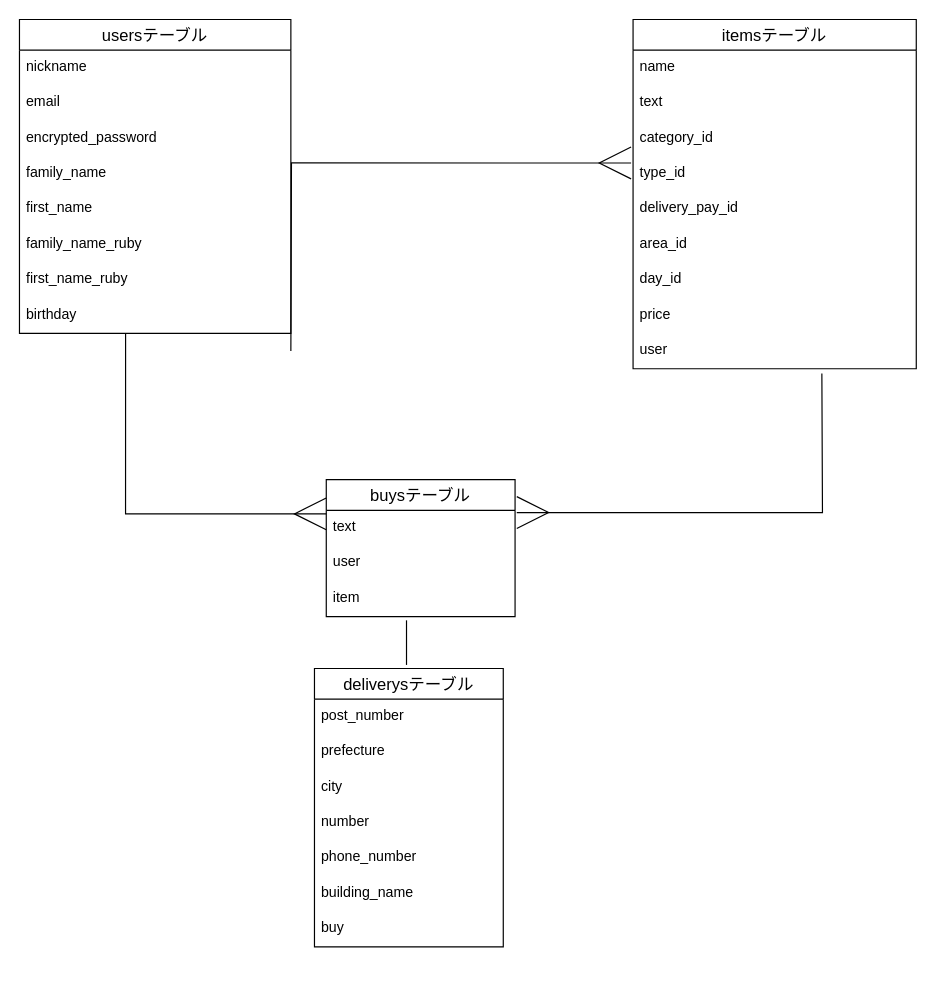
ryushin0316/furima-33389 keeps this draw.io diagram as test.dio. Above is the earlier version. Source tidied: cells renumbered, new cells numbered last; positions are measured from the earlier drawing's top-left corner, leaving out a move shared by most shapes. Both pictures are drawn from the tidied source at 118%, with x=0, y=0 at pixel (19, 19).
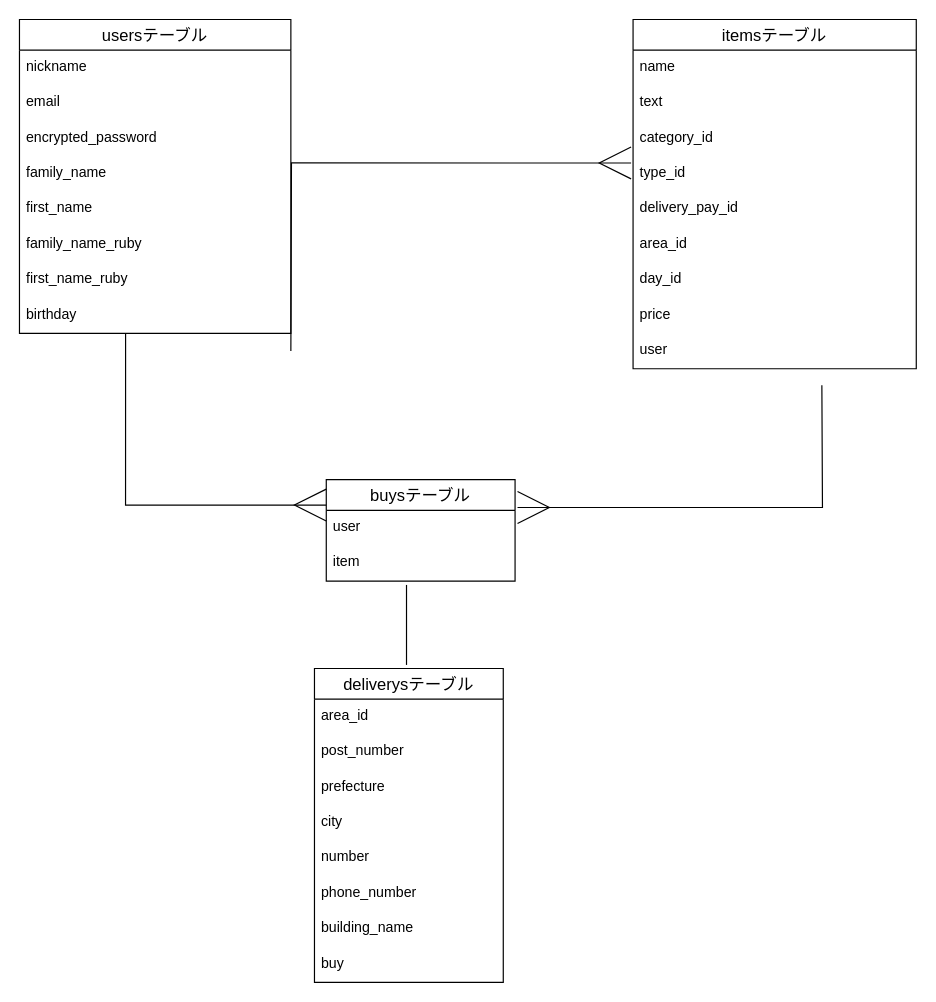
The same page after the edit.

The edit, as a diff of the source:
```diff
@@
     <mxCell id="21" value="buysテーブル" style="swimlane;fontStyle=0;horizontal=1;startSize=26;align=center;fontSize=14;" parent="1" vertex="1">
-      <mxGeometry x="260" y="390" width="160" height="116" as="geometry" />
+      <mxGeometry x="260" y="390" width="160" height="86" as="geometry" />
     </mxCell>
-    <mxCell id="22" value="text" style="text;strokeColor=none;fillColor=none;spacingLeft=4;spacingRight=4;overflow=hidden;points=[[0,0.5],[1,0.5]];portConstraint=eastwest;fontSize=12;" parent="21" vertex="1">
-      <mxGeometry y="26" width="160" height="30" as="geometry" />
-    </mxCell>
     <mxCell id="23" value="user" style="text;strokeColor=none;fillColor=none;spacingLeft=4;spacingRight=4;overflow=hidden;points=[[0,0.5],[1,0.5]];portConstraint=eastwest;fontSize=12;" parent="21" vertex="1">
-      <mxGeometry y="56" width="160" height="30" as="geometry" />
+      <mxGeometry y="26" width="160" height="30" as="geometry" />
     </mxCell>
     <mxCell id="24" value="item" style="text;strokeColor=none;fillColor=none;spacingLeft=4;spacingRight=4;overflow=hidden;points=[[0,0.5],[1,0.5]];portConstraint=eastwest;fontSize=12;" parent="21" vertex="1">
-      <mxGeometry y="86" width="160" height="30" as="geometry" />
+      <mxGeometry y="56" width="160" height="30" as="geometry" />
     </mxCell>
     <mxCell id="25" value="deliverysテーブル" style="swimlane;fontStyle=0;horizontal=1;startSize=26;align=center;fontSize=14;" parent="1" vertex="1">
-      <mxGeometry x="250" y="550" width="160" height="236" as="geometry" />
+      <mxGeometry x="250" y="550" width="160" height="266" as="geometry" />
     </mxCell>
+    <mxCell id="37" value="area_id" style="text;strokeColor=none;fillColor=none;spacingLeft=4;spacingRight=4;overflow=hidden;fontSize=12;" parent="25" vertex="1">
+      <mxGeometry y="26" width="160" height="30" as="geometry" />
+    </mxCell>
     <mxCell id="26" value="post_number" style="text;strokeColor=none;fillColor=none;spacingLeft=4;spacingRight=4;overflow=hidden;fontSize=12;" parent="25" vertex="1">
-      <mxGeometry y="26" width="160" height="30" as="geometry" />
+      <mxGeometry y="56" width="160" height="30" as="geometry" />
     </mxCell>
     <mxCell id="27" value="prefecture" style="text;strokeColor=none;fillColor=none;spacingLeft=4;spacingRight=4;overflow=hidden;fontSize=12;" parent="25" vertex="1">
-      <mxGeometry y="56" width="160" height="30" as="geometry" />
+      <mxGeometry y="86" width="160" height="30" as="geometry" />
     </mxCell>
     <mxCell id="28" value="city" style="text;strokeColor=none;fillColor=none;spacingLeft=4;spacingRight=4;overflow=hidden;fontSize=12;" parent="25" vertex="1">
-      <mxGeometry y="86" width="160" height="30" as="geometry" />
+      <mxGeometry y="116" width="160" height="30" as="geometry" />
     </mxCell>
     <mxCell id="29" value="number" style="text;strokeColor=none;fillColor=none;spacingLeft=4;spacingRight=4;overflow=hidden;fontSize=12;" parent="25" vertex="1">
-      <mxGeometry y="116" width="160" height="30" as="geometry" />
+      <mxGeometry y="146" width="160" height="30" as="geometry" />
     </mxCell>
     <mxCell id="30" value="phone_number" style="text;strokeColor=none;fillColor=none;spacingLeft=4;spacingRight=4;overflow=hidden;fontSize=12;" parent="25" vertex="1">
-      <mxGeometry y="146" width="160" height="30" as="geometry" />
+      <mxGeometry y="176" width="160" height="30" as="geometry" />
     </mxCell>
     <mxCell id="31" value="building_name" style="text;strokeColor=none;fillColor=none;spacingLeft=4;spacingRight=4;overflow=hidden;fontSize=12;" parent="25" vertex="1">
-      <mxGeometry y="176" width="160" height="30" as="geometry" />
+      <mxGeometry y="206" width="160" height="30" as="geometry" />
     </mxCell>
     <mxCell id="32" value="buy" style="text;strokeColor=none;fillColor=none;spacingLeft=4;spacingRight=4;overflow=hidden;fontSize=12;" parent="25" vertex="1">
-      <mxGeometry y="206" width="160" height="30" as="geometry" />
+      <mxGeometry y="236" width="160" height="30" as="geometry" />
     </mxCell>
@@
-    <mxCell id="35" style="edgeStyle=orthogonalEdgeStyle;rounded=0;jumpSize=16;jettySize=auto;html=1;endArrow=ERmany;endFill=0;endSize=25;entryX=1.009;entryY=0.062;entryDx=0;entryDy=0;entryPerimeter=0;" parent="1" edge="1" target="22">
+    <mxCell id="35" style="edgeStyle=orthogonalEdgeStyle;rounded=0;jumpSize=16;jettySize=auto;html=1;endArrow=ERmany;endFill=0;endSize=25;entryX=1.013;entryY=-0.081;entryDx=0;entryDy=0;entryPerimeter=0;" parent="1" edge="1" target="23">
       <mxGeometry relative="1" as="geometry">
-        <mxPoint x="680" y="300" as="sourcePoint" />
+        <mxPoint x="680" y="310" as="sourcePoint" />
       </mxGeometry>
     </mxCell>
```
